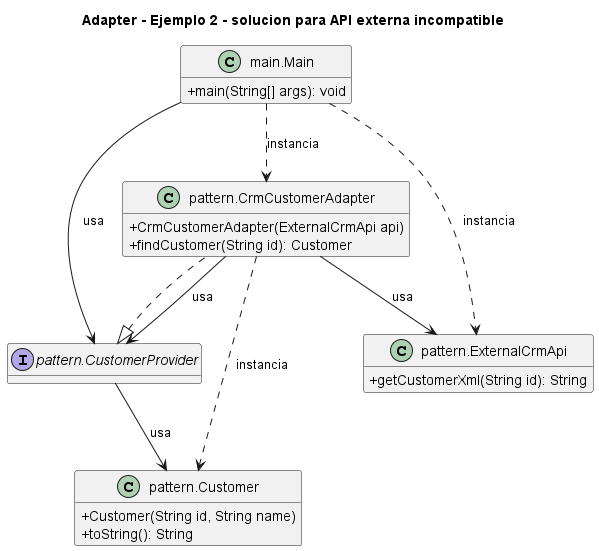
The PlantUML diagram 2. Estructurales/Adapter/Ejemplo 2 - solucion para API externa incompatible/UML.png in NicoCG32/Patrones-de-Software-y-Programacion-UCN, before a commit.
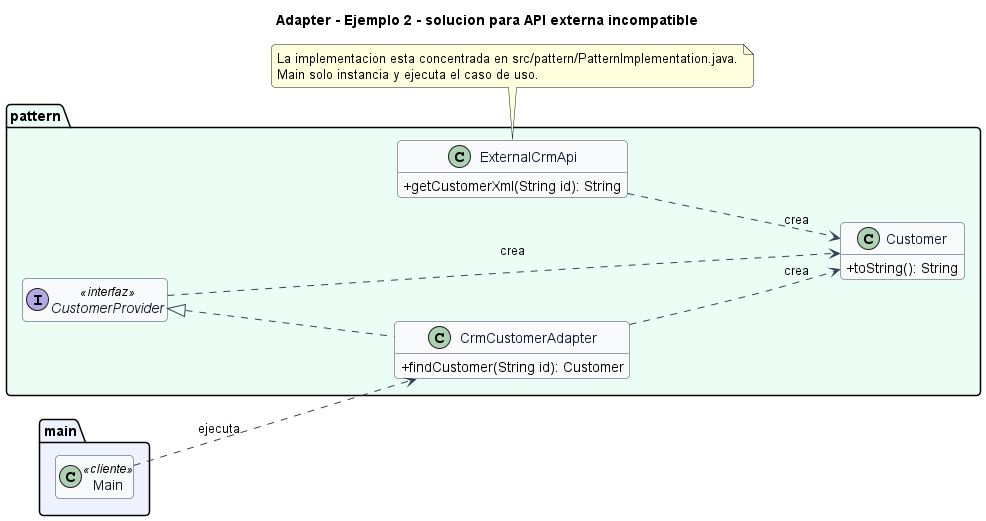
The same file after the commit.

What changed in the source:
```diff
@@ -1,29 +1,44 @@
 @startuml
 title Adapter - Ejemplo 2 - solucion para API externa incompatible
+left to right direction
+skinparam backgroundColor #FFFFFF
+skinparam shadowing false
+skinparam roundcorner 8
 skinparam classAttributeIconSize 0
-hide empty fields
-class "main.Main" as main_Main {
-  +main(String[] args): void
+skinparam class {
+  BackgroundColor #F8FAFC
+  BorderColor #334155
+  ArrowColor #334155
+  FontColor #0F172A
 }
-class "pattern.CrmCustomerAdapter" as pattern_CrmCustomerAdapter {
-  +CrmCustomerAdapter(ExternalCrmApi api)
-  +findCustomer(String id): Customer
+hide empty members
+
+package "main" #EEF2FF {
+  class Main <<cliente>>
 }
-class "pattern.Customer" as pattern_Customer {
-  +Customer(String id, String name)
-  +toString(): String
+
+package "pattern" #ECFDF5 {
+  class CrmCustomerAdapter {
+    +findCustomer(String id): Customer
+  }
+  class Customer {
+    +toString(): String
+  }
+  interface CustomerProvider <<interfaz>> {
+  }
+  class ExternalCrmApi {
+    +getCustomerXml(String id): String
+  }
 }
-interface "pattern.CustomerProvider" as pattern_CustomerProvider {
-}
-class "pattern.ExternalCrmApi" as pattern_ExternalCrmApi {
-  +getCustomerXml(String id): String
-}
-pattern_CustomerProvider <|.. pattern_CrmCustomerAdapter
-main_Main ..> pattern_CrmCustomerAdapter : instancia
-main_Main --> pattern_CustomerProvider : usa
-main_Main ..> pattern_ExternalCrmApi : instancia
-pattern_CrmCustomerAdapter ..> pattern_Customer : instancia
-pattern_CrmCustomerAdapter --> pattern_CustomerProvider : usa
-pattern_CrmCustomerAdapter --> pattern_ExternalCrmApi : usa
-pattern_CustomerProvider --> pattern_Customer : usa
+
+CustomerProvider <|.. CrmCustomerAdapter
+CrmCustomerAdapter ..> Customer : crea
+CustomerProvider ..> Customer : crea
+ExternalCrmApi ..> Customer : crea
+Main ..> CrmCustomerAdapter : ejecuta
+
+note bottom
+La implementacion esta concentrada en src/pattern/PatternImplementation.java.
+Main solo instancia y ejecuta el caso de uso.
+end note
 @enduml
```
